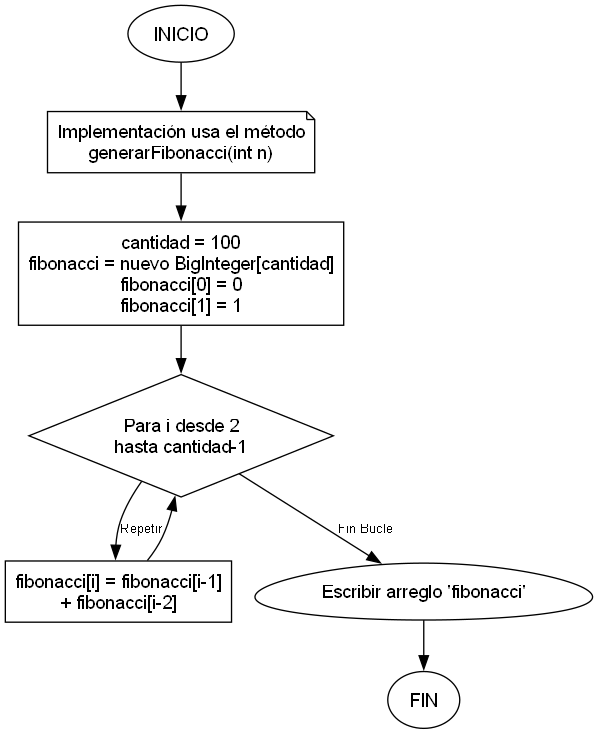
Above: Ejercicios/PS_4_6/Diagrama/PS_4_6.png in Carlosm09899/JavaTeoria (Graphviz), before the change. Its source is kept beside it as Ejercicios/PS_4_6/Diagrama/PS_4_6.dot.
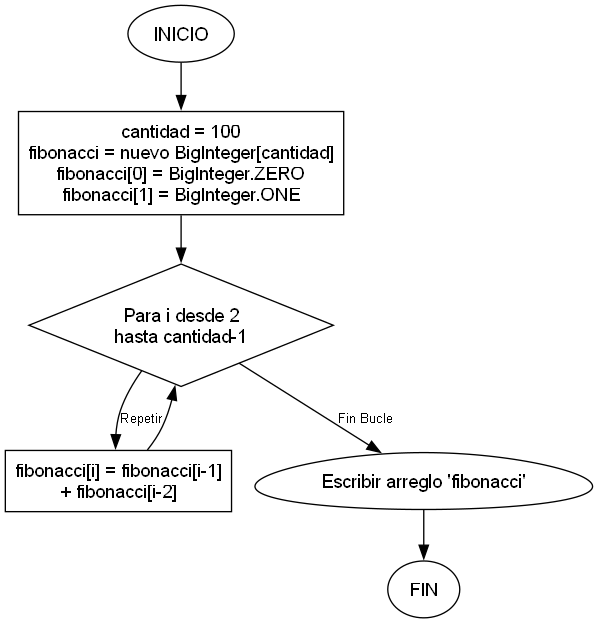
The same file after the commit.

What changed in the source:
```diff
@@ -4,15 +4,13 @@
     edge [fontname="Arial", fontsize=10];
 
     INICIO [shape=ellipse, label="INICIO"];
-    NOTA [shape=note, label="Implementación usa el método\ngenerarFibonacci(int n)"];
-    INICIALIZAR [label="cantidad = 100\nfibonacci = nuevo BigInteger[cantidad]\nfibonacci[0] = 0\nfibonacci[1] = 1"];
+    INICIALIZAR [label="cantidad = 100\nfibonacci = nuevo BigInteger[cantidad]\nfibonacci[0] = BigInteger.ZERO\nfibonacci[1] = BigInteger.ONE"];
     BUCLE_FOR [shape=diamond, label="Para i desde 2\nhasta cantidad-1"];
     CALCULAR_FIB [label="fibonacci[i] = fibonacci[i-1]\n+ fibonacci[i-2]"];
     IMPRIMIR [shape=egg, label="Escribir arreglo 'fibonacci'"];
     FIN [shape=ellipse, label="FIN"];
 
-    INICIO -> NOTA;
-    NOTA -> INICIALIZAR;
+    INICIO -> INICIALIZAR;
     INICIALIZAR -> BUCLE_FOR;
     BUCLE_FOR -> CALCULAR_FIB [label="Repetir"];
     CALCULAR_FIB -> BUCLE_FOR;
```
